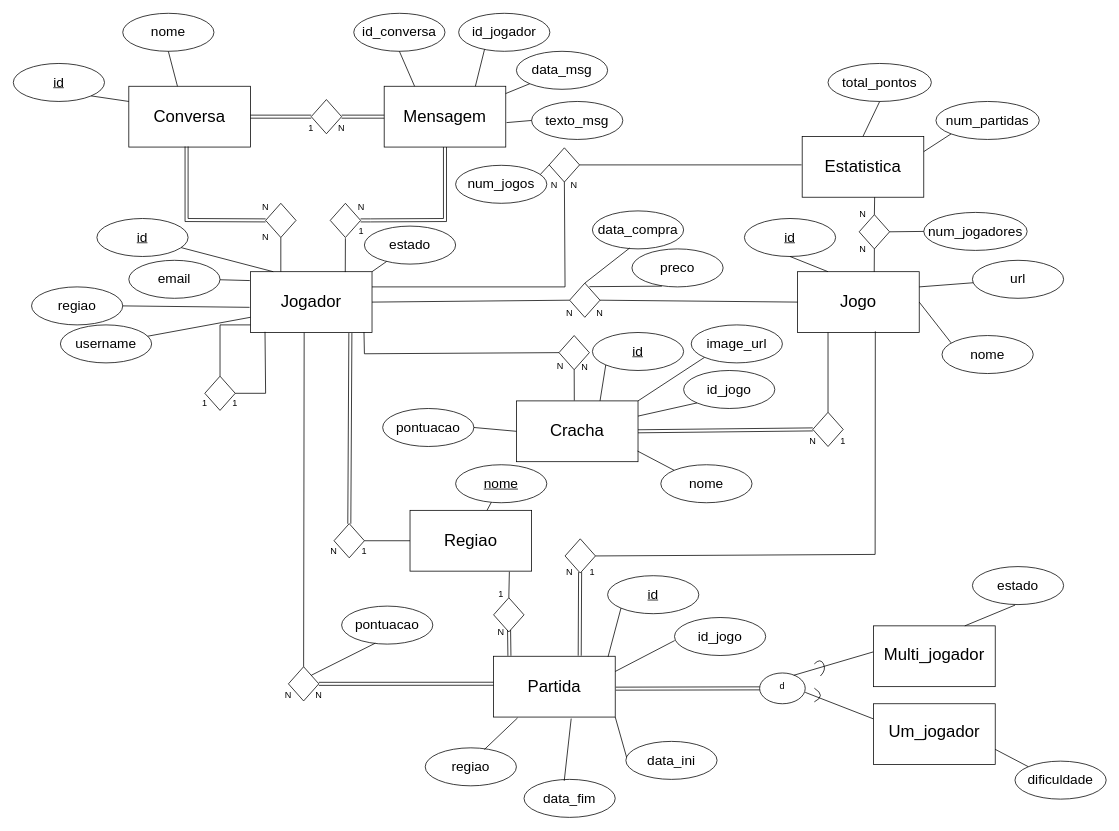
This is 1trb/docs/Modelos/Diagrama EA/Diagrama.drawio from DanCas09/SI, a draw.io file, before an edit. Source tidied: cells renumbered, new cells numbered last; positions are measured from the earlier drawing's top-left corner, leaving out a move shared by most shapes. Both pictures are drawn from the tidied source at 76%, with x=0, y=0 at pixel (13, 13).
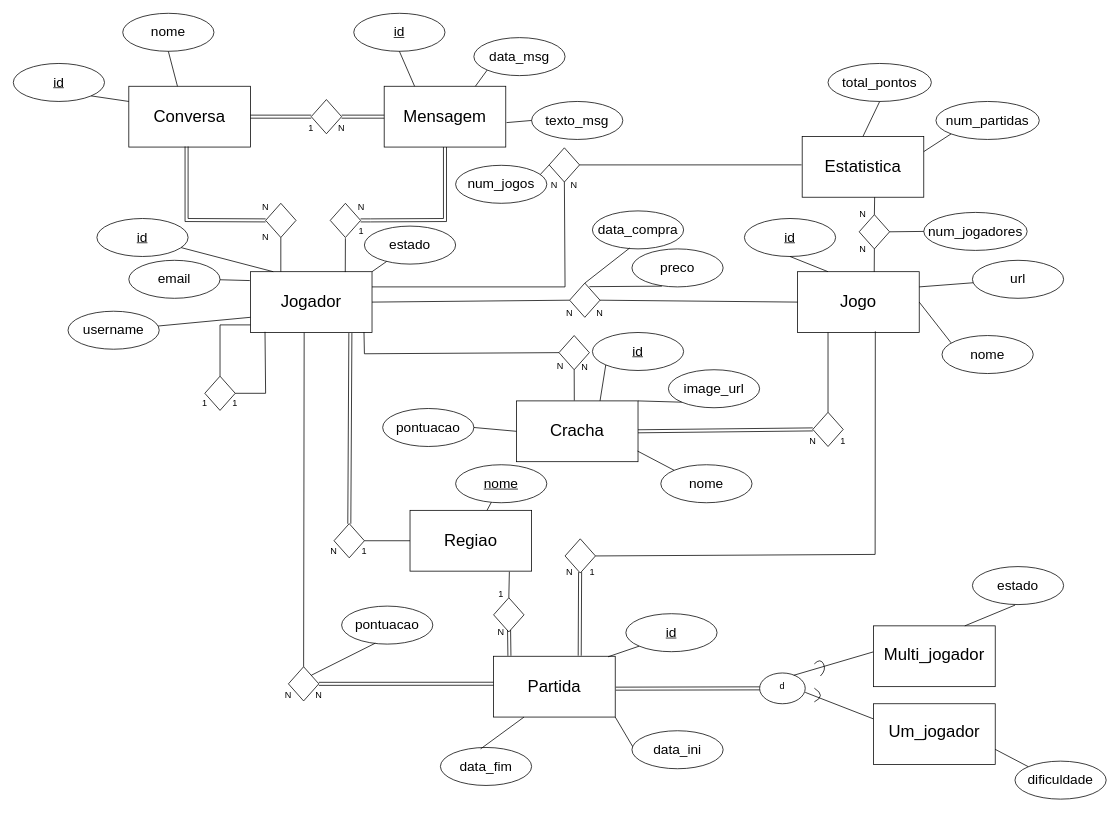
The same page after the edit.

Unchanged cells that the change refers to:
```xml
<mxCell id="2" style="rounded=0;whiteSpace=wrap;html=1;" parent="1" vertex="1">
  <mxGeometry x="312" y="340" width="160" height="80" as="geometry" />
</mxCell>
<mxCell id="40" style="rounded=0;whiteSpace=wrap;html=1;" parent="1" vertex="1">
  <mxGeometry x="662" y="510" width="160" height="80" as="geometry" />
</mxCell>
<mxCell id="53" style="rounded=0;whiteSpace=wrap;html=1;" parent="1" vertex="1">
  <mxGeometry x="632" y="846" width="160" height="80" as="geometry" />
</mxCell>
<mxCell id="115" style="rounded=0;whiteSpace=wrap;html=1;" parent="1" vertex="1">
  <mxGeometry x="488" y="96" width="160" height="80" as="geometry" />
</mxCell>
```

What changed in the source:
```diff
@@
     <mxCell id="6" value="&lt;font style=&quot;font-size: 18px;&quot;&gt;username&lt;/font&gt;" style="ellipse;whiteSpace=wrap;html=1;" parent="1" vertex="1">
-      <mxGeometry x="62" y="410" width="120" height="50" as="geometry" />
+      <mxGeometry x="72" y="392" width="120" height="50" as="geometry" />
     </mxCell>
@@
     <mxCell id="36" value="&lt;font style=&quot;font-size: 18px;&quot;&gt;image_url&lt;/font&gt;" style="ellipse;whiteSpace=wrap;html=1;" parent="1" vertex="1">
-      <mxGeometry x="892" y="410" width="120" height="50" as="geometry" />
+      <mxGeometry x="862" y="469" width="120" height="50" as="geometry" />
     </mxCell>
@@
-    <mxCell id="43" value="&lt;font style=&quot;font-size: 18px;&quot;&gt;id_jogo&lt;/font&gt;" style="ellipse;whiteSpace=wrap;html=1;" parent="1" vertex="1">
-      <mxGeometry x="882" y="470" width="120" height="50" as="geometry" />
-    </mxCell>
@@
-    <mxCell id="46" style="endArrow=none;html=1;rounded=0;entryX=0;entryY=1;entryDx=0;entryDy=0;exitX=1;exitY=0.25;exitDx=0;exitDy=0;" parent="1" edge="1" source="40" target="43">
-      <mxGeometry relative="1" as="geometry" />
-    </mxCell>
@@
     <mxCell id="66" value="&lt;u&gt;&lt;font style=&quot;font-size: 18px;&quot;&gt;id&lt;/font&gt;&lt;/u&gt;" style="ellipse;whiteSpace=wrap;html=1;" parent="1" vertex="1">
-      <mxGeometry x="782" y="740" width="120" height="50" as="geometry" />
+      <mxGeometry x="806" y="790" width="120" height="50" as="geometry" />
     </mxCell>
-    <mxCell id="67" value="&lt;font style=&quot;font-size: 18px;&quot;&gt;id_jogo&lt;/font&gt;" style="ellipse;whiteSpace=wrap;html=1;" parent="1" vertex="1">
-      <mxGeometry x="870" y="795" width="120" height="50" as="geometry" />
-    </mxCell>
     <mxCell id="68" value="&lt;font style=&quot;font-size: 18px;&quot;&gt;data_ini&lt;/font&gt;" style="ellipse;whiteSpace=wrap;html=1;" parent="1" vertex="1">
-      <mxGeometry x="806" y="958" width="120" height="50" as="geometry" />
+      <mxGeometry x="814" y="944" width="120" height="50" as="geometry" />
     </mxCell>
     <mxCell id="69" value="&lt;font style=&quot;font-size: 18px;&quot;&gt;data_fim&lt;/font&gt;" style="ellipse;whiteSpace=wrap;html=1;" parent="1" vertex="1">
-      <mxGeometry x="672" y="1008" width="120" height="50" as="geometry" />
+      <mxGeometry x="562" y="966" width="120" height="50" as="geometry" />
     </mxCell>
-    <mxCell id="70" value="&lt;font style=&quot;font-size: 18px;&quot;&gt;regiao&lt;/font&gt;" style="ellipse;whiteSpace=wrap;html=1;" parent="1" vertex="1">
-      <mxGeometry x="542" y="966.5" width="120" height="50" as="geometry" />
-    </mxCell>
@@
-    <mxCell id="77" value="&lt;span style=&quot;font-size: 18px;&quot;&gt;regiao&lt;/span&gt;" style="ellipse;whiteSpace=wrap;html=1;" parent="1" vertex="1">
-      <mxGeometry x="24" y="360" width="120" height="50" as="geometry" />
-    </mxCell>
@@
-    <mxCell id="85" style="endArrow=none;html=1;rounded=0;exitX=1;exitY=0.25;exitDx=0;exitDy=0;entryX=0.002;entryY=0.607;entryDx=0;entryDy=0;entryPerimeter=0;" parent="1" edge="1" source="53" target="67">
-      <mxGeometry relative="1" as="geometry" />
-    </mxCell>
@@
-    <mxCell id="87" style="endArrow=none;html=1;rounded=0;exitX=0.638;exitY=1.025;exitDx=0;exitDy=0;exitPerimeter=0;entryX=0.441;entryY=0.037;entryDx=0;entryDy=0;entryPerimeter=0;" parent="1" edge="1" source="53" target="69">
+    <mxCell id="87" style="endArrow=none;html=1;rounded=0;exitX=0.25;exitY=1;exitDx=0;exitDy=0;entryX=0.441;entryY=0.037;entryDx=0;entryDy=0;entryPerimeter=0;" parent="1" edge="1" source="53" target="69">
       <mxGeometry relative="1" as="geometry" />
     </mxCell>
-    <mxCell id="88" style="endArrow=none;html=1;rounded=0;exitX=0.649;exitY=0.043;exitDx=0;exitDy=0;exitPerimeter=0;entryX=0.197;entryY=1.014;entryDx=0;entryDy=0;entryPerimeter=0;" parent="1" edge="1" source="70" target="53">
-      <mxGeometry relative="1" as="geometry" />
-    </mxCell>
@@
-    <mxCell id="130" value="&lt;span style=&quot;font-size: 18px;&quot;&gt;id_conversa&lt;/span&gt;" style="ellipse;whiteSpace=wrap;html=1;" parent="1" vertex="1">
+    <mxCell id="130" value="&lt;span style=&quot;font-size: 18px;&quot;&gt;&lt;u style=&quot;&quot;&gt;id&lt;/u&gt;&lt;/span&gt;" style="ellipse;whiteSpace=wrap;html=1;" parent="1" vertex="1">
       <mxGeometry x="448" width="120" height="50" as="geometry" />
     </mxCell>
-    <mxCell id="131" value="&lt;span style=&quot;font-size: 18px;&quot;&gt;id_jogador&lt;/span&gt;" style="ellipse;whiteSpace=wrap;html=1;" parent="1" vertex="1">
-      <mxGeometry x="586" width="120" height="50" as="geometry" />
-    </mxCell>
     <mxCell id="132" value="&lt;span style=&quot;font-size: 18px;&quot;&gt;data_msg&lt;/span&gt;" style="ellipse;whiteSpace=wrap;html=1;" parent="1" vertex="1">
-      <mxGeometry x="662" y="50" width="120" height="50" as="geometry" />
+      <mxGeometry x="606" y="32" width="120" height="50" as="geometry" />
     </mxCell>
@@
-    <mxCell id="135" style="endArrow=none;html=1;rounded=0;exitX=0.75;exitY=0;exitDx=0;exitDy=0;entryX=0.284;entryY=0.948;entryDx=0;entryDy=0;entryPerimeter=0;" parent="1" edge="1" source="115" target="131">
-      <mxGeometry relative="1" as="geometry" />
-    </mxCell>
-    <mxCell id="136" style="endArrow=none;html=1;rounded=0;entryX=0;entryY=1;entryDx=0;entryDy=0;exitX=0.999;exitY=0.12;exitDx=0;exitDy=0;exitPerimeter=0;" parent="1" edge="1" source="115" target="132">
+    <mxCell id="136" style="endArrow=none;html=1;rounded=0;entryX=0;entryY=1;entryDx=0;entryDy=0;exitX=0.75;exitY=0;exitDx=0;exitDy=0;" parent="1" edge="1" source="115" target="132">
       <mxGeometry relative="1" as="geometry" />
     </mxCell>
@@
-    <mxCell id="144" style="endArrow=none;html=1;rounded=0;exitX=-0.007;exitY=0.586;exitDx=0;exitDy=0;exitPerimeter=0;entryX=1;entryY=0.5;entryDx=0;entryDy=0;" parent="1" edge="1" source="2" target="77">
-      <mxGeometry relative="1" as="geometry" />
-    </mxCell>
```
